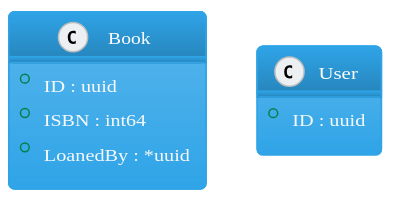
Earlier version of the PlantUML export ddd/v1/internal/example/server/uml-loan-core-api.gen.svg (golangee/ddd).
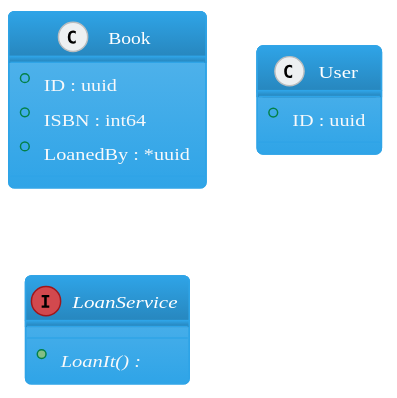
After the commit.

What changed in the source:
```diff
@@ -319,4 +319,7 @@
 class "User" {
 +ID : uuid
 }
+interface "LoanService" {
+{abstract} +LoanIt() :
+}
 @enduml
```
